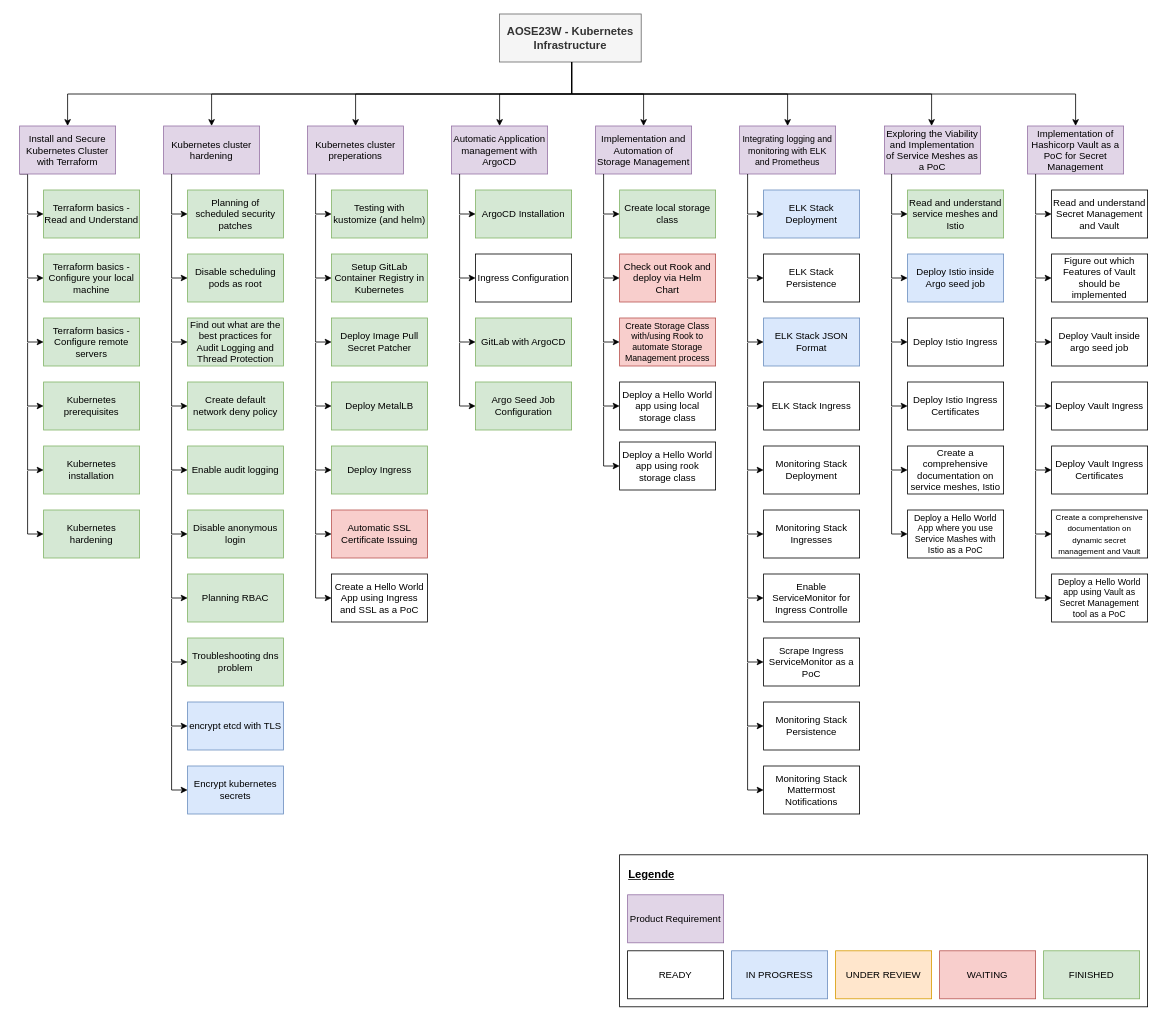
This is uni-bsc/product-requirements-kubernetes-infrastructure.drawio from pogii123/drawio-charts, a draw.io file, before an edit. Source tidied: cells renumbered, new cells numbered last; positions are measured from the earlier drawing's top-left corner, leaving out a move shared by most shapes. Both pictures are drawn from the tidied source at 80%, with x=0, y=0 at pixel (19, 14).
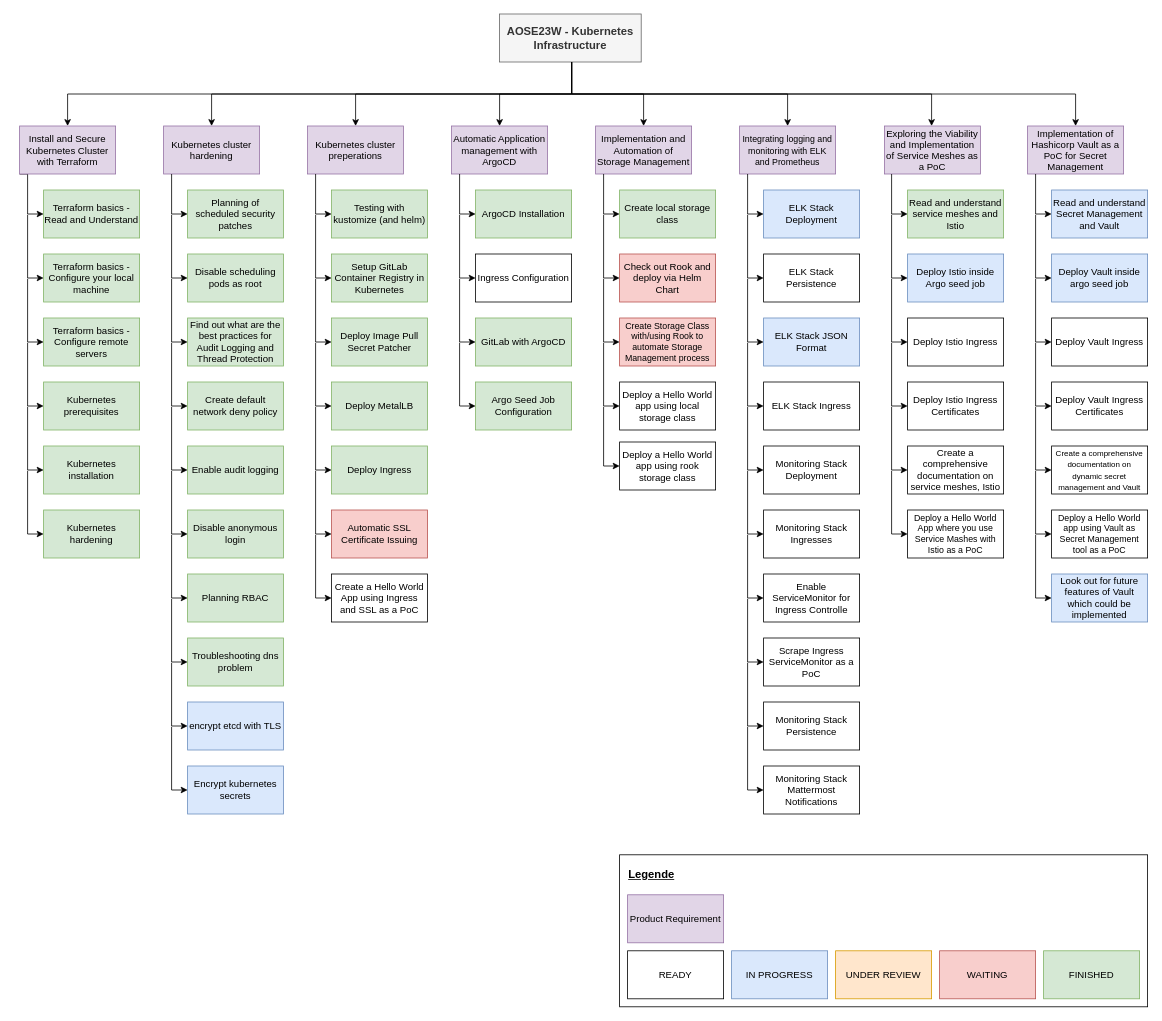
The same diagram, later.

Change to the diagram source:
```diff
@@
-    <mxCell id="112" value="Read and understand Secret Management and Vault" style="rounded=0;whiteSpace=wrap;html=1;" parent="1" vertex="1">
+    <mxCell id="112" value="Read and understand Secret Management and Vault" style="rounded=0;whiteSpace=wrap;html=1;fillColor=#dae8fc;strokeColor=#6c8ebf;" parent="1" vertex="1">
       <mxGeometry x="1290" y="220" width="120" height="60" as="geometry" />
     </mxCell>
-    <mxCell id="113" value="Figure out which Features of Vault should be implemented" style="rounded=0;whiteSpace=wrap;html=1;" parent="1" vertex="1">
-      <mxGeometry x="1290" y="300" width="120" height="60" as="geometry" />
+    <mxCell id="113" value="Look out for future features of Vault which could be implemented" style="rounded=0;whiteSpace=wrap;html=1;fillColor=#dae8fc;strokeColor=#6c8ebf;" parent="1" vertex="1">
+      <mxGeometry x="1290" y="700" width="120" height="60" as="geometry" />
     </mxCell>
-    <mxCell id="114" value="Deploy Vault inside argo&amp;nbsp;&lt;span style=&quot;text-align: start;&quot; class=&quot;inline-comment-marker&quot;&gt;seed job&lt;/span&gt;" style="rounded=0;whiteSpace=wrap;html=1;" parent="1" vertex="1">
-      <mxGeometry x="1290" y="380" width="120" height="60" as="geometry" />
+    <mxCell id="114" value="Deploy Vault inside argo&amp;nbsp;&lt;span style=&quot;text-align: start;&quot; class=&quot;inline-comment-marker&quot;&gt;seed job&lt;/span&gt;" style="rounded=0;whiteSpace=wrap;html=1;fillColor=#dae8fc;strokeColor=#6c8ebf;" parent="1" vertex="1">
+      <mxGeometry x="1290" y="300" width="120" height="60" as="geometry" />
     </mxCell>
     <mxCell id="115" value="Deploy Vault Ingress" style="rounded=0;whiteSpace=wrap;html=1;" parent="1" vertex="1">
-      <mxGeometry x="1290" y="460" width="120" height="60" as="geometry" />
+      <mxGeometry x="1290" y="380" width="120" height="60" as="geometry" />
     </mxCell>
     <mxCell id="116" value="Deploy Vault Ingress Certificates" style="rounded=0;whiteSpace=wrap;html=1;" parent="1" vertex="1">
-      <mxGeometry x="1290" y="540" width="120" height="60" as="geometry" />
+      <mxGeometry x="1290" y="460" width="120" height="60" as="geometry" />
     </mxCell>
     <mxCell id="117" value="&lt;font style=&quot;font-size: 10px;&quot;&gt;Create a comprehensive documentation on dynamic secret management and Vault&lt;/font&gt;" style="rounded=0;whiteSpace=wrap;html=1;" parent="1" vertex="1">
-      <mxGeometry x="1290" y="620" width="120" height="60" as="geometry" />
+      <mxGeometry x="1290" y="540" width="120" height="60" as="geometry" />
     </mxCell>
     <mxCell id="118" style="edgeStyle=orthogonalEdgeStyle;rounded=0;jettySize=auto;html=1;entryX=0;entryY=0.5;entryDx=0;entryDy=0;" parent="1" edge="1" target="113">
       <mxGeometry relative="1" as="geometry">
-        <mxPoint x="1270" y="251" as="sourcePoint" />
+        <mxPoint x="1270" y="651" as="sourcePoint" />
         <Array as="points">
-          <mxPoint x="1270" y="330" />
+          <mxPoint x="1270" y="730" />
         </Array>
       </mxGeometry>
     </mxCell>
     <mxCell id="119" style="edgeStyle=orthogonalEdgeStyle;rounded=0;orthogonalLoop=1;jettySize=auto;html=1;" parent="1" edge="1">
       <mxGeometry relative="1" as="geometry">
-        <mxPoint x="1270" y="331" as="sourcePoint" />
-        <mxPoint x="1290" y="410" as="targetPoint" />
+        <mxPoint x="1270" y="251" as="sourcePoint" />
+        <mxPoint x="1290" y="330" as="targetPoint" />
         <Array as="points">
-          <mxPoint x="1270" y="410" />
-          <mxPoint x="1290" y="410" />
+          <mxPoint x="1270" y="330" />
+          <mxPoint x="1290" y="330" />
         </Array>
       </mxGeometry>
     </mxCell>
     <mxCell id="120" style="edgeStyle=orthogonalEdgeStyle;rounded=0;orthogonalLoop=1;jettySize=auto;html=1;" parent="1" edge="1">
       <mxGeometry relative="1" as="geometry">
-        <mxPoint x="1270" y="411" as="sourcePoint" />
-        <mxPoint x="1290" y="490" as="targetPoint" />
+        <mxPoint x="1270" y="331" as="sourcePoint" />
+        <mxPoint x="1290" y="410" as="targetPoint" />
         <Array as="points">
-          <mxPoint x="1270" y="490" />
-          <mxPoint x="1290" y="490" />
+          <mxPoint x="1270" y="410" />
+          <mxPoint x="1290" y="410" />
         </Array>
       </mxGeometry>
     </mxCell>
     <mxCell id="121" style="edgeStyle=orthogonalEdgeStyle;rounded=0;orthogonalLoop=1;jettySize=auto;html=1;" parent="1" edge="1">
       <mxGeometry relative="1" as="geometry">
-        <mxPoint x="1270" y="491" as="sourcePoint" />
-        <mxPoint x="1290" y="570" as="targetPoint" />
+        <mxPoint x="1270" y="411" as="sourcePoint" />
+        <mxPoint x="1290" y="490" as="targetPoint" />
         <Array as="points">
-          <mxPoint x="1270" y="570" />
-          <mxPoint x="1290" y="570" />
+          <mxPoint x="1270" y="490" />
+          <mxPoint x="1290" y="490" />
         </Array>
       </mxGeometry>
     </mxCell>
     <mxCell id="122" style="edgeStyle=orthogonalEdgeStyle;rounded=0;orthogonalLoop=1;jettySize=auto;html=1;" parent="1" edge="1">
       <mxGeometry relative="1" as="geometry">
-        <mxPoint x="1270" y="571" as="sourcePoint" />
-        <mxPoint x="1290" y="650" as="targetPoint" />
+        <mxPoint x="1270" y="491" as="sourcePoint" />
+        <mxPoint x="1290" y="570" as="targetPoint" />
         <Array as="points">
-          <mxPoint x="1270" y="650" />
-          <mxPoint x="1290" y="650" />
+          <mxPoint x="1270" y="570" />
+          <mxPoint x="1290" y="570" />
         </Array>
       </mxGeometry>
     </mxCell>
@@
     <mxCell id="129" value="Deploy a Hello World app using Vault as Secret Management tool as a PoC" style="rounded=0;whiteSpace=wrap;html=1;fontSize=11;" parent="1" vertex="1">
-      <mxGeometry x="1290" y="700" width="120" height="60" as="geometry" />
+      <mxGeometry x="1290" y="620" width="120" height="60" as="geometry" />
     </mxCell>
     <mxCell id="130" style="edgeStyle=orthogonalEdgeStyle;rounded=0;orthogonalLoop=1;jettySize=auto;html=1;" parent="1" edge="1">
       <mxGeometry relative="1" as="geometry">
-        <mxPoint x="1270" y="651" as="sourcePoint" />
-        <mxPoint x="1290" y="730" as="targetPoint" />
+        <mxPoint x="1270" y="571" as="sourcePoint" />
+        <mxPoint x="1290" y="650" as="targetPoint" />
         <Array as="points">
-          <mxPoint x="1270" y="730" />
-          <mxPoint x="1290" y="730" />
+          <mxPoint x="1270" y="650" />
+          <mxPoint x="1290" y="650" />
         </Array>
       </mxGeometry>
     </mxCell>
```
